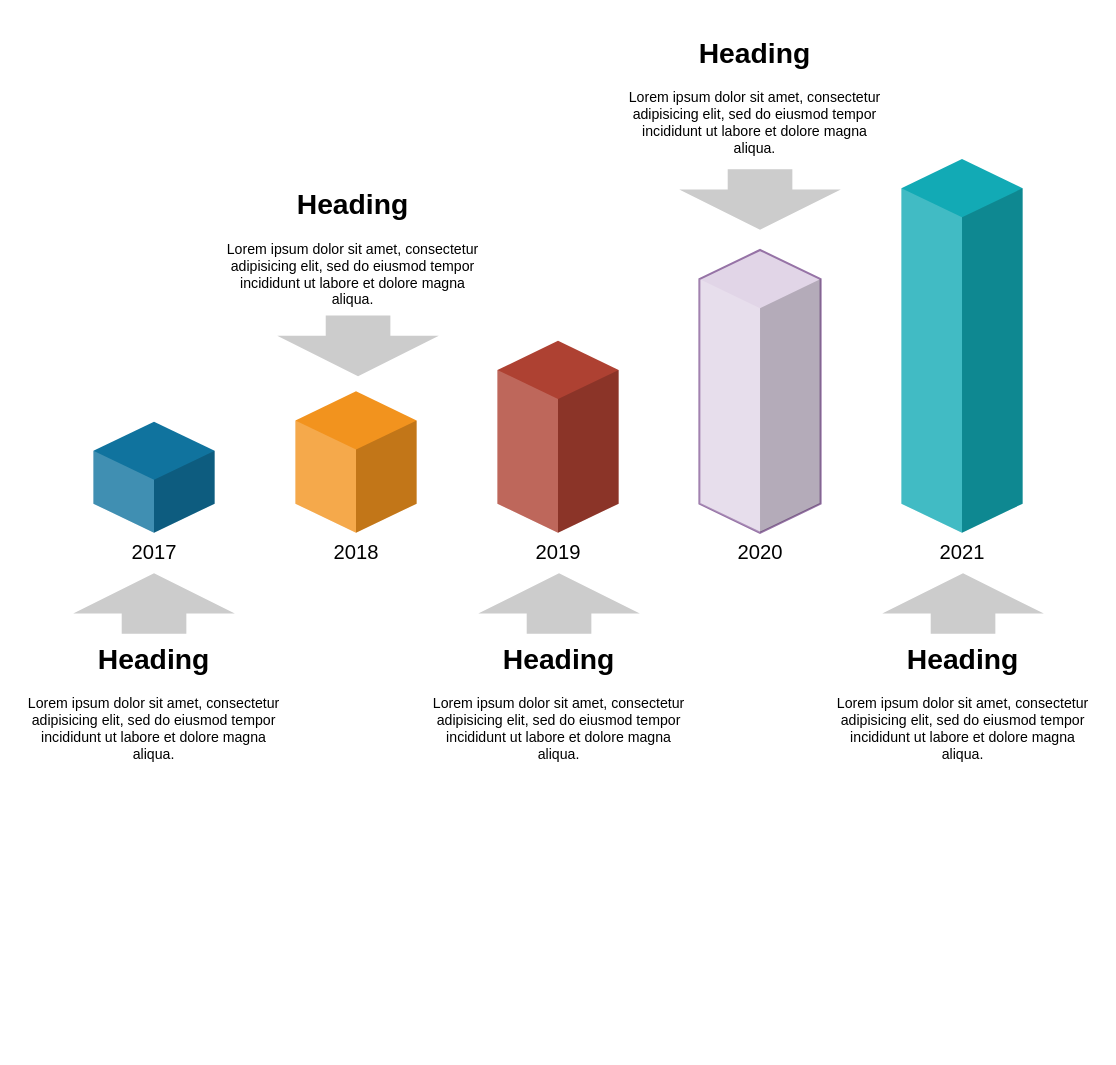
xkf163/EFUploader keeps this draw.io diagram as 未命名绘图.drawio. Above is the earlier version. Source tidied: cells renumbered, new cells numbered last; positions are measured from the earlier drawing's top-left corner, leaving out a move shared by most shapes. Both pictures are drawn from the tidied source at 101%, with x=0, y=0 at pixel (17, 27).
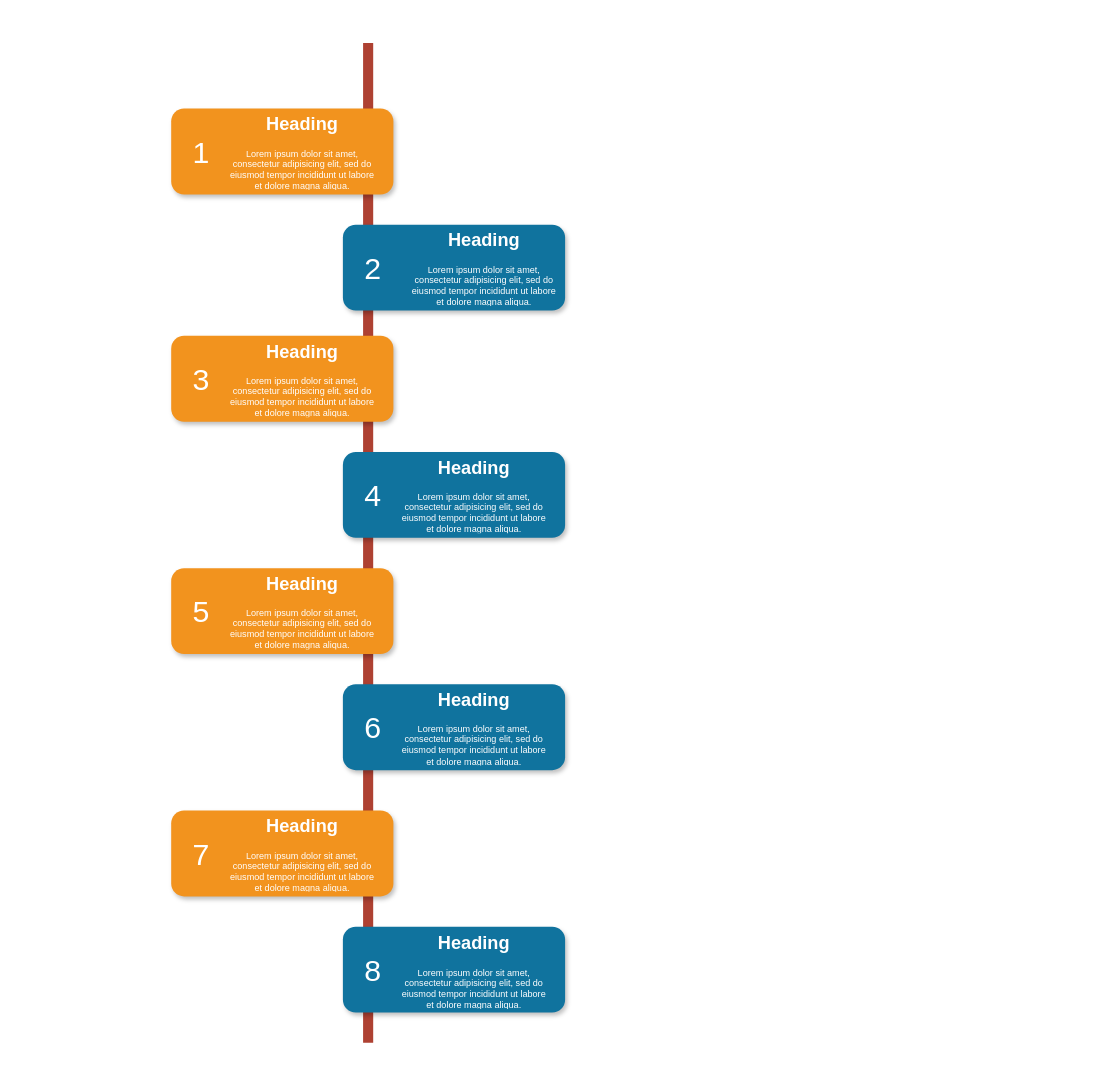
The same diagram, later.

Commit message:
已添加 未命名绘图.drawio

Change to the diagram source:
```diff
@@
-    <mxCell id="2" style="html=1;shadow=0;dashed=0;align=center;verticalAlign=middle;shape=mxgraph.arrows2.arrow;dy=0.6;dx=40;direction=north;notch=0;strokeWidth=2;fillColor=#CCCCCC;fontSize=14;fontColor=#000000;strokeColor=none;" parent="1" vertex="1">
-      <mxGeometry x="55" y="540" width="160" height="60" as="geometry" />
-    </mxCell>
-    <mxCell id="3" value="2017" style="verticalLabelPosition=bottom;verticalAlign=top;html=1;shape=mxgraph.infographic.shadedCube;isoAngle=15;fillColor=#10739E;strokeColor=none;fontFamily=Helvetica;fontSize=20;align=center;strokeWidth=2;" parent="1" vertex="1">
-      <mxGeometry x="75" y="390" width="120" height="110" as="geometry" />
-    </mxCell>
-    <mxCell id="4" value="2018" style="verticalLabelPosition=bottom;verticalAlign=top;html=1;shape=mxgraph.infographic.shadedCube;isoAngle=15;fillColor=#F2931E;strokeColor=none;fontFamily=Helvetica;fontSize=20;align=center;strokeWidth=2;" parent="1" vertex="1">
-      <mxGeometry x="275" y="360" width="120" height="140" as="geometry" />
-    </mxCell>
-    <mxCell id="5" value="2019" style="verticalLabelPosition=bottom;verticalAlign=top;html=1;shape=mxgraph.infographic.shadedCube;isoAngle=15;fillColor=#AE4132;strokeColor=none;fontFamily=Helvetica;fontSize=20;align=center;strokeWidth=2;" parent="1" vertex="1">
-      <mxGeometry x="475" y="310" width="120" height="190" as="geometry" />
-    </mxCell>
-    <mxCell id="6" value="2020" style="verticalLabelPosition=bottom;verticalAlign=top;html=1;shape=mxgraph.infographic.shadedCube;isoAngle=15;fillColor=#e1d5e7;strokeColor=#9673a6;fontFamily=Helvetica;fontSize=20;align=center;strokeWidth=2;" parent="1" vertex="1">
-      <mxGeometry x="675" y="220" width="120" height="280" as="geometry" />
-    </mxCell>
-    <mxCell id="7" value="2021" style="verticalLabelPosition=bottom;verticalAlign=top;html=1;shape=mxgraph.infographic.shadedCube;isoAngle=15;fillColor=#12AAB5;strokeColor=none;fontFamily=Helvetica;fontSize=20;align=center;strokeWidth=2;" parent="1" vertex="1">
-      <mxGeometry x="875" y="130" width="120" height="370" as="geometry" />
-    </mxCell>
-    <mxCell id="8" value="&lt;h1&gt;Heading&lt;/h1&gt;&lt;p&gt;Lorem ipsum dolor sit amet, consectetur adipisicing elit, sed do eiusmod tempor incididunt ut labore et dolore magna aliqua.&lt;/p&gt;" style="text;html=1;spacing=5;spacingTop=-20;whiteSpace=wrap;overflow=hidden;strokeWidth=2;fillColor=none;gradientColor=none;fontSize=14;align=center;" parent="1" vertex="1">
-      <mxGeometry y="600" width="270" height="140" as="geometry" />
-    </mxCell>
-    <mxCell id="9" value="&lt;h1&gt;Heading&lt;/h1&gt;&lt;p&gt;Lorem ipsum dolor sit amet, consectetur adipisicing elit, sed do eiusmod tempor incididunt ut labore et dolore magna aliqua.&lt;/p&gt;" style="text;html=1;spacing=5;spacingTop=-20;whiteSpace=wrap;overflow=hidden;strokeWidth=2;fillColor=none;gradientColor=none;fontSize=14;align=center;" parent="1" vertex="1">
-      <mxGeometry x="197" y="150" width="270" height="140" as="geometry" />
-    </mxCell>
-    <mxCell id="10" value="&lt;h1&gt;Heading&lt;/h1&gt;&lt;p&gt;Lorem ipsum dolor sit amet, consectetur adipisicing elit, sed do eiusmod tempor incididunt ut labore et dolore magna aliqua.&lt;/p&gt;" style="text;html=1;spacing=5;spacingTop=-20;whiteSpace=wrap;overflow=hidden;strokeWidth=2;fillColor=none;gradientColor=none;fontSize=14;align=center;" parent="1" vertex="1">
-      <mxGeometry x="401" y="600" width="270" height="140" as="geometry" />
-    </mxCell>
-    <mxCell id="11" value="&lt;h1&gt;Heading&lt;/h1&gt;&lt;p&gt;Lorem ipsum dolor sit amet, consectetur adipisicing elit, sed do eiusmod tempor incididunt ut labore et dolore magna aliqua.&lt;/p&gt;" style="text;html=1;spacing=5;spacingTop=-20;whiteSpace=wrap;overflow=hidden;strokeWidth=2;fillColor=none;gradientColor=none;fontSize=14;align=center;" parent="1" vertex="1">
-      <mxGeometry x="801" y="600" width="270" height="140" as="geometry" />
-    </mxCell>
-    <mxCell id="12" value="&lt;h1&gt;Heading&lt;/h1&gt;&lt;p&gt;Lorem ipsum dolor sit amet, consectetur adipisicing elit, sed do eiusmod tempor incididunt ut labore et dolore magna aliqua.&lt;/p&gt;" style="text;html=1;spacing=5;spacingTop=-20;whiteSpace=wrap;overflow=hidden;strokeWidth=2;fillColor=none;gradientColor=none;fontSize=14;align=center;" parent="1" vertex="1">
-      <mxGeometry x="595" width="270" height="140" as="geometry" />
-    </mxCell>
-    <mxCell id="13" style="html=1;shadow=0;dashed=0;align=center;verticalAlign=middle;shape=mxgraph.arrows2.arrow;dy=0.6;dx=40;direction=north;notch=0;strokeWidth=2;fillColor=#CCCCCC;fontSize=14;fontColor=#000000;strokeColor=none;" parent="1" vertex="1">
-      <mxGeometry x="456" y="540" width="160" height="60" as="geometry" />
-    </mxCell>
-    <mxCell id="14" style="html=1;shadow=0;dashed=0;align=center;verticalAlign=middle;shape=mxgraph.arrows2.arrow;dy=0.6;dx=40;direction=north;notch=0;strokeWidth=2;fillColor=#CCCCCC;fontSize=14;fontColor=#000000;strokeColor=none;" parent="1" vertex="1">
-      <mxGeometry x="856" y="540" width="160" height="60" as="geometry" />
-    </mxCell>
-    <mxCell id="15" style="html=1;shadow=0;dashed=0;align=center;verticalAlign=middle;shape=mxgraph.arrows2.arrow;dy=0.6;dx=40;direction=north;notch=0;strokeWidth=2;fillColor=#CCCCCC;fontSize=14;fontColor=#000000;strokeColor=none;flipV=1;" parent="1" vertex="1">
-      <mxGeometry x="257" y="285" width="160" height="60" as="geometry" />
-    </mxCell>
-    <mxCell id="16" style="html=1;shadow=0;dashed=0;align=center;verticalAlign=middle;shape=mxgraph.arrows2.arrow;dy=0.6;dx=40;direction=north;notch=0;strokeWidth=2;fillColor=#CCCCCC;fontSize=14;fontColor=#000000;strokeColor=none;flipV=1;" parent="1" vertex="1">
-      <mxGeometry x="655" y="140" width="160" height="60" as="geometry" />
-    </mxCell>
+    <mxCell id="17" style="line;strokeWidth=10;direction=south;html=1;fillColor=none;fontSize=13;fontColor=#000000;align=center;strokeColor=#AE4132;" parent="1" vertex="1">
+      <mxGeometry x="342" y="15" width="10" height="990" as="geometry" />
+    </mxCell>
+    <mxCell id="18" style="rounded=1;whiteSpace=wrap;html=1;strokeColor=none;strokeWidth=1;fillColor=#F2931E;fontSize=13;fontColor=#FFFFFF;align=center;gradientColor=none;gradientDirection=east;verticalAlign=top;shadow=1;" parent="1" vertex="1">
+      <mxGeometry x="152" y="80" width="220" height="85" as="geometry" />
+    </mxCell>
+    <mxCell id="19" value="1" style="text;html=1;strokeColor=none;fillColor=none;align=center;verticalAlign=middle;whiteSpace=wrap;fontSize=30;fontColor=#FFFFFF;" parent="1" vertex="1">
+      <mxGeometry x="162" y="113" width="40" height="20" as="geometry" />
+    </mxCell>
+    <mxCell id="20" style="rounded=1;whiteSpace=wrap;html=1;strokeColor=none;strokeWidth=1;fillColor=#10739E;fontSize=13;fontColor=#FFFFFF;align=center;gradientColor=none;gradientDirection=east;verticalAlign=top;shadow=1;" parent="1" vertex="1">
+      <mxGeometry x="322" y="195" width="220" height="85" as="geometry" />
+    </mxCell>
+    <mxCell id="21" value="2" style="text;html=1;strokeColor=none;fillColor=none;align=center;verticalAlign=middle;whiteSpace=wrap;fontSize=30;fontColor=#FFFFFF;" parent="1" vertex="1">
+      <mxGeometry x="332" y="228" width="40" height="20" as="geometry" />
+    </mxCell>
+    <mxCell id="22" style="rounded=1;whiteSpace=wrap;html=1;strokeColor=none;strokeWidth=1;fillColor=#F2931E;fontSize=13;fontColor=#FFFFFF;align=center;gradientColor=none;gradientDirection=east;verticalAlign=top;shadow=1;" parent="1" vertex="1">
+      <mxGeometry x="152" y="305" width="220" height="85" as="geometry" />
+    </mxCell>
+    <mxCell id="23" value="3" style="text;html=1;strokeColor=none;fillColor=none;align=center;verticalAlign=middle;whiteSpace=wrap;fontSize=30;fontColor=#FFFFFF;" parent="1" vertex="1">
+      <mxGeometry x="162" y="338" width="40" height="20" as="geometry" />
+    </mxCell>
+    <mxCell id="24" style="rounded=1;whiteSpace=wrap;html=1;strokeColor=none;strokeWidth=1;fillColor=#10739E;fontSize=13;fontColor=#FFFFFF;align=center;gradientColor=none;gradientDirection=east;verticalAlign=top;shadow=1;" parent="1" vertex="1">
+      <mxGeometry x="322" y="420" width="220" height="85" as="geometry" />
+    </mxCell>
+    <mxCell id="25" value="4" style="text;html=1;strokeColor=none;fillColor=none;align=center;verticalAlign=middle;whiteSpace=wrap;fontSize=30;fontColor=#FFFFFF;" parent="1" vertex="1">
+      <mxGeometry x="332" y="453" width="40" height="20" as="geometry" />
+    </mxCell>
+    <mxCell id="26" style="rounded=1;whiteSpace=wrap;html=1;strokeColor=none;strokeWidth=1;fillColor=#F2931E;fontSize=13;fontColor=#FFFFFF;align=center;gradientColor=none;gradientDirection=east;verticalAlign=top;shadow=1;" parent="1" vertex="1">
+      <mxGeometry x="152" y="535" width="220" height="85" as="geometry" />
+    </mxCell>
+    <mxCell id="27" value="5" style="text;html=1;strokeColor=none;fillColor=none;align=center;verticalAlign=middle;whiteSpace=wrap;fontSize=30;fontColor=#FFFFFF;" parent="1" vertex="1">
+      <mxGeometry x="162" y="568" width="40" height="20" as="geometry" />
+    </mxCell>
+    <mxCell id="28" style="rounded=1;whiteSpace=wrap;html=1;strokeColor=none;strokeWidth=1;fillColor=#10739E;fontSize=13;fontColor=#FFFFFF;align=center;gradientColor=none;gradientDirection=east;verticalAlign=top;shadow=1;" parent="1" vertex="1">
+      <mxGeometry x="322" y="650" width="220" height="85" as="geometry" />
+    </mxCell>
+    <mxCell id="29" value="6" style="text;html=1;strokeColor=none;fillColor=none;align=center;verticalAlign=middle;whiteSpace=wrap;fontSize=30;fontColor=#FFFFFF;" parent="1" vertex="1">
+      <mxGeometry x="332" y="683" width="40" height="20" as="geometry" />
+    </mxCell>
+    <mxCell id="30" style="rounded=1;whiteSpace=wrap;html=1;strokeColor=none;strokeWidth=1;fillColor=#F2931E;fontSize=13;fontColor=#FFFFFF;align=center;gradientColor=none;gradientDirection=east;verticalAlign=top;shadow=1;" parent="1" vertex="1">
+      <mxGeometry x="152" y="775" width="220" height="85" as="geometry" />
+    </mxCell>
+    <mxCell id="31" value="7" style="text;html=1;strokeColor=none;fillColor=none;align=center;verticalAlign=middle;whiteSpace=wrap;fontSize=30;fontColor=#FFFFFF;" parent="1" vertex="1">
+      <mxGeometry x="162" y="808" width="40" height="20" as="geometry" />
+    </mxCell>
+    <mxCell id="32" style="rounded=1;whiteSpace=wrap;html=1;strokeColor=none;strokeWidth=1;fillColor=#10739E;fontSize=13;fontColor=#FFFFFF;align=center;gradientColor=none;gradientDirection=east;verticalAlign=top;shadow=1;" parent="1" vertex="1">
+      <mxGeometry x="322" y="890" width="220" height="85" as="geometry" />
+    </mxCell>
+    <mxCell id="33" value="8" style="text;html=1;strokeColor=none;fillColor=none;align=center;verticalAlign=middle;whiteSpace=wrap;fontSize=30;fontColor=#FFFFFF;" parent="1" vertex="1">
+      <mxGeometry x="332" y="923" width="40" height="20" as="geometry" />
+    </mxCell>
+    <mxCell id="34" value="&lt;h1&gt;Heading&lt;/h1&gt;&lt;p&gt;Lorem ipsum dolor sit amet, consectetur adipisicing elit, sed do eiusmod tempor incididunt ut labore et dolore magna aliqua.&lt;/p&gt;" style="text;html=1;spacing=5;spacingTop=-20;whiteSpace=wrap;overflow=hidden;strokeColor=none;strokeWidth=4;fillColor=none;gradientColor=#007FFF;fontSize=9;fontColor=#FFFFFF;align=center;" parent="1" vertex="1">
+      <mxGeometry x="202" y="84" width="160" height="77" as="geometry" />
+    </mxCell>
+    <mxCell id="35" value="&lt;h1&gt;Heading&lt;/h1&gt;&lt;p&gt;Lorem ipsum dolor sit amet, consectetur adipisicing elit, sed do eiusmod tempor incididunt ut labore et dolore magna aliqua.&lt;/p&gt;" style="text;html=1;spacing=5;spacingTop=-20;whiteSpace=wrap;overflow=hidden;strokeColor=none;strokeWidth=4;fillColor=none;gradientColor=#007FFF;fontSize=9;fontColor=#FFFFFF;align=center;" parent="1" vertex="1">
+      <mxGeometry x="382" y="199" width="160" height="77" as="geometry" />
+    </mxCell>
+    <mxCell id="36" value="&lt;h1&gt;Heading&lt;/h1&gt;&lt;p&gt;Lorem ipsum dolor sit amet, consectetur adipisicing elit, sed do eiusmod tempor incididunt ut labore et dolore magna aliqua.&lt;/p&gt;" style="text;html=1;spacing=5;spacingTop=-20;whiteSpace=wrap;overflow=hidden;strokeColor=none;strokeWidth=4;fillColor=none;gradientColor=#007FFF;fontSize=9;fontColor=#FFFFFF;align=center;" parent="1" vertex="1">
+      <mxGeometry x="202" y="309" width="160" height="77" as="geometry" />
+    </mxCell>
+    <mxCell id="37" value="&lt;h1&gt;Heading&lt;/h1&gt;&lt;p&gt;Lorem ipsum dolor sit amet, consectetur adipisicing elit, sed do eiusmod tempor incididunt ut labore et dolore magna aliqua.&lt;/p&gt;" style="text;html=1;spacing=5;spacingTop=-20;whiteSpace=wrap;overflow=hidden;strokeColor=none;strokeWidth=4;fillColor=none;gradientColor=#007FFF;fontSize=9;fontColor=#FFFFFF;align=center;" parent="1" vertex="1">
+      <mxGeometry x="372" y="424" width="160" height="77" as="geometry" />
+    </mxCell>
+    <mxCell id="38" value="&lt;h1&gt;Heading&lt;/h1&gt;&lt;p&gt;Lorem ipsum dolor sit amet, consectetur adipisicing elit, sed do eiusmod tempor incididunt ut labore et dolore magna aliqua.&lt;/p&gt;" style="text;html=1;spacing=5;spacingTop=-20;whiteSpace=wrap;overflow=hidden;strokeColor=none;strokeWidth=4;fillColor=none;gradientColor=#007FFF;fontSize=9;fontColor=#FFFFFF;align=center;" parent="1" vertex="1">
+      <mxGeometry x="202" y="539" width="160" height="77" as="geometry" />
+    </mxCell>
+    <mxCell id="39" value="&lt;h1&gt;Heading&lt;/h1&gt;&lt;p&gt;Lorem ipsum dolor sit amet, consectetur adipisicing elit, sed do eiusmod tempor incididunt ut labore et dolore magna aliqua.&lt;/p&gt;" style="text;html=1;spacing=5;spacingTop=-20;whiteSpace=wrap;overflow=hidden;strokeColor=none;strokeWidth=4;fillColor=none;gradientColor=#007FFF;fontSize=9;fontColor=#FFFFFF;align=center;" parent="1" vertex="1">
+      <mxGeometry x="372" y="654" width="160" height="77" as="geometry" />
+    </mxCell>
+    <mxCell id="40" value="&lt;h1&gt;Heading&lt;/h1&gt;&lt;p&gt;Lorem ipsum dolor sit amet, consectetur adipisicing elit, sed do eiusmod tempor incididunt ut labore et dolore magna aliqua.&lt;/p&gt;" style="text;html=1;spacing=5;spacingTop=-20;whiteSpace=wrap;overflow=hidden;strokeColor=none;strokeWidth=4;fillColor=none;gradientColor=#007FFF;fontSize=9;fontColor=#FFFFFF;align=center;" parent="1" vertex="1">
+      <mxGeometry x="202" y="779" width="160" height="77" as="geometry" />
+    </mxCell>
+    <mxCell id="41" value="&lt;h1&gt;Heading&lt;/h1&gt;&lt;p&gt;Lorem ipsum dolor sit amet, consectetur adipisicing elit, sed do eiusmod tempor incididunt ut labore et dolore magna aliqua.&lt;/p&gt;" style="text;html=1;spacing=5;spacingTop=-20;whiteSpace=wrap;overflow=hidden;strokeColor=none;strokeWidth=4;fillColor=none;gradientColor=#007FFF;fontSize=9;fontColor=#FFFFFF;align=center;" parent="1" vertex="1">
+      <mxGeometry x="372" y="895" width="160" height="77" as="geometry" />
+    </mxCell>
```
